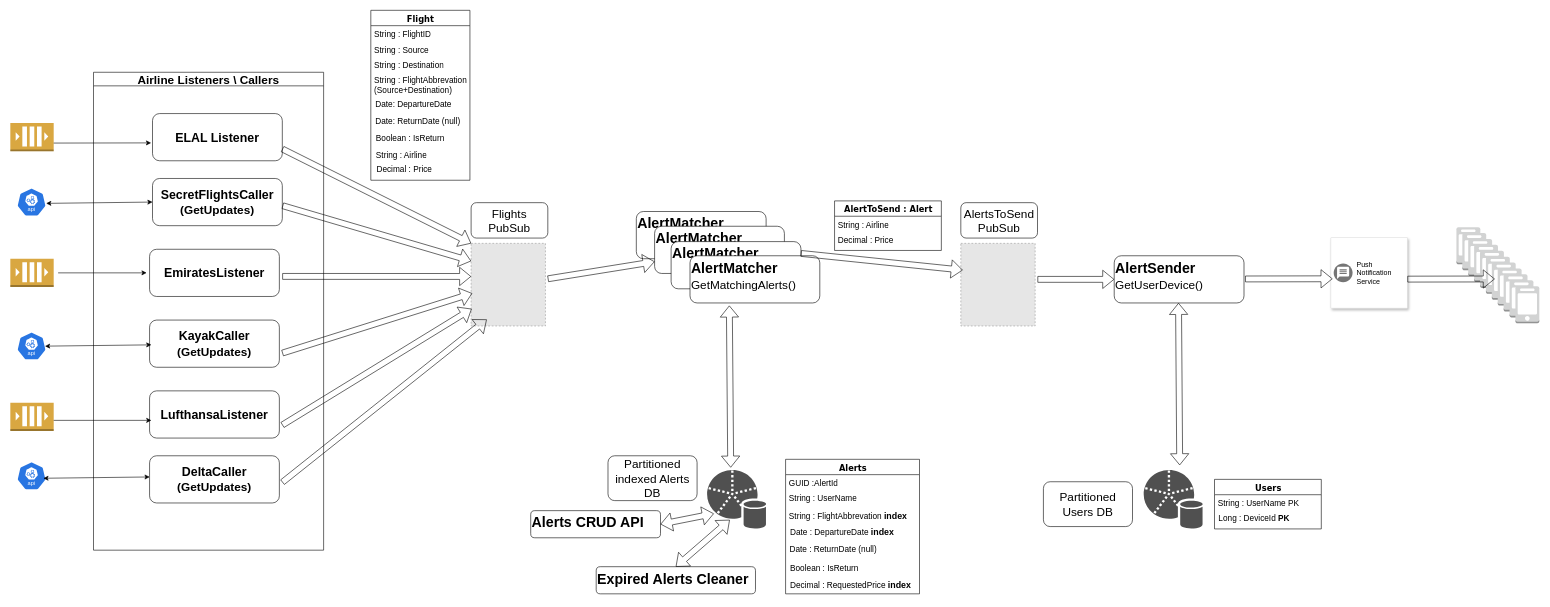
The draw.io diagram Architecture.drawio in Yairthurem/AlertsSolution, before the edit. Source tidied: cells renumbered, new cells numbered last; positions are measured from the earlier drawing's top-left corner, leaving out a move shared by most shapes. Both pictures are drawn from the tidied source at 59%, with x=0, y=0 at pixel (10, 10). Pictures stored in the file or linked from it are replaced by grey dashed boxes.
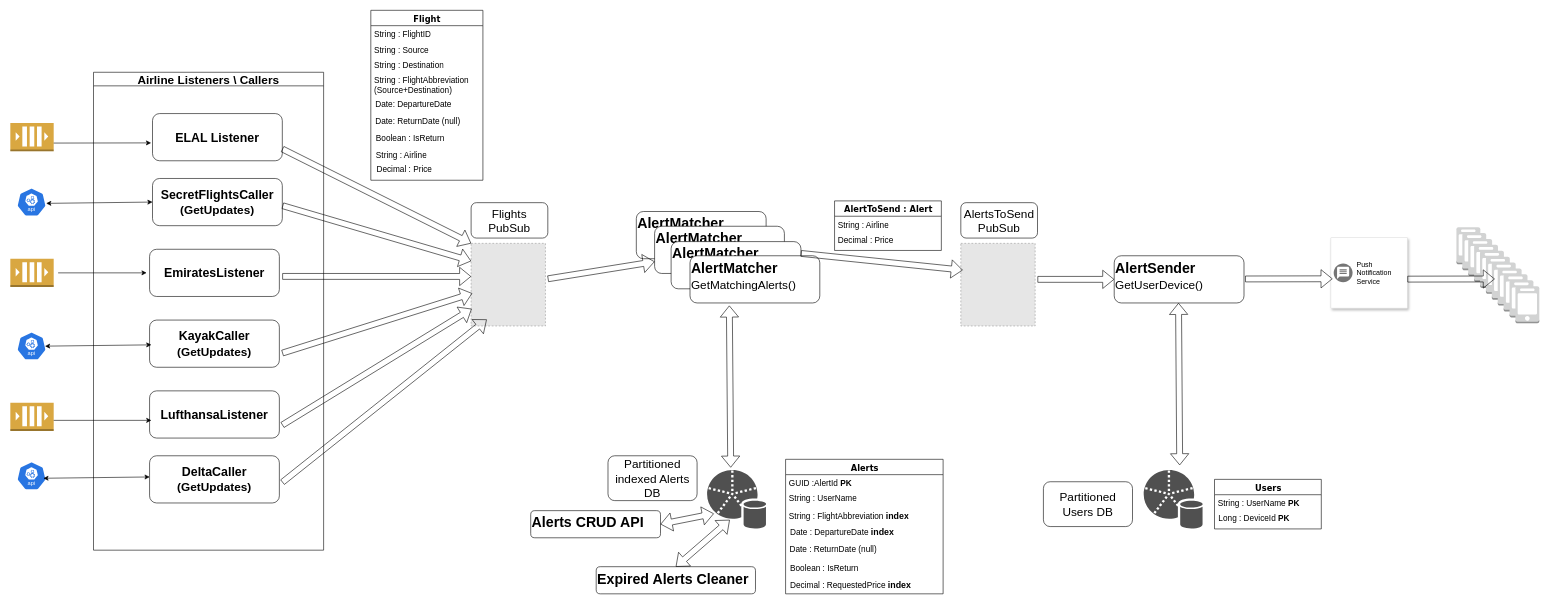
The same diagram, later.

Commit message (it also covers changes not shown here):
Update diagrams Add explanation sheet

The change refers to these unchanged cells:
```xml
<mxCell id="64" value="Users" style="swimlane;html=1;fontStyle=1;align=center;verticalAlign=top;horizontal=1;startSize=26;swimlaneFillColor=#ffffff;rounded=0;shadow=0;comic=0;labelBackgroundColor=none;strokeWidth=1;fillColor=none;fontFamily=Verdana;fontSize=14;" parent="1" vertex="1">
  <mxGeometry x="2041" y="795" width="181" height="84" as="geometry" />
</mxCell>
```

Diff of the diagram source:
```diff
@@
     <mxCell id="23" value="Flight" style="swimlane;html=1;fontStyle=1;align=center;verticalAlign=top;horizontal=1;startSize=26;swimlaneFillColor=#ffffff;rounded=0;shadow=0;comic=0;labelBackgroundColor=none;strokeWidth=1;fillColor=none;fontFamily=Verdana;fontSize=14;" parent="1" vertex="1">
-      <mxGeometry x="611" width="168" height="288" as="geometry" />
+      <mxGeometry x="611" width="190" height="288" as="geometry" />
     </mxCell>
     <mxCell id="24" value="String : FlightID" style="text;html=1;strokeColor=none;fillColor=none;align=left;verticalAlign=top;spacingLeft=4;spacingRight=4;whiteSpace=wrap;overflow=hidden;fontSize=14;" parent="23" vertex="1">
-      <mxGeometry y="26" width="168" height="26" as="geometry" />
+      <mxGeometry y="26" width="190" height="26" as="geometry" />
     </mxCell>
     <mxCell id="25" value="String : Source" style="text;html=1;strokeColor=none;fillColor=none;align=left;verticalAlign=top;spacingLeft=4;spacingRight=4;whiteSpace=wrap;overflow=hidden;fontSize=14;" parent="23" vertex="1">
-      <mxGeometry y="52" width="168" height="26" as="geometry" />
+      <mxGeometry y="52" width="190" height="26" as="geometry" />
     </mxCell>
     <mxCell id="26" value="String : Destination" style="text;html=1;strokeColor=none;fillColor=none;align=left;verticalAlign=top;spacingLeft=4;spacingRight=4;whiteSpace=wrap;overflow=hidden;fontSize=14;" parent="23" vertex="1">
-      <mxGeometry y="78" width="168" height="26" as="geometry" />
+      <mxGeometry y="78" width="190" height="26" as="geometry" />
     </mxCell>
@@
-    <mxCell id="29" value="String : FlightAbbrevation (Source+Destination)" style="text;html=1;strokeColor=none;fillColor=none;align=left;verticalAlign=top;spacingLeft=4;spacingRight=4;whiteSpace=wrap;overflow=hidden;fontSize=14;" parent="1" vertex="1">
-      <mxGeometry x="611" y="104" width="168" height="45" as="geometry" />
+    <mxCell id="29" value="String : FlightAbbreviation&amp;nbsp; (Source+Destination)" style="text;html=1;strokeColor=none;fillColor=none;align=left;verticalAlign=top;spacingLeft=4;spacingRight=4;whiteSpace=wrap;overflow=hidden;fontSize=14;" parent="1" vertex="1">
+      <mxGeometry x="611" y="104" width="190" height="45" as="geometry" />
     </mxCell>
@@
     <mxCell id="45" value="Alerts" style="swimlane;html=1;fontStyle=1;align=center;verticalAlign=top;horizontal=1;startSize=26;swimlaneFillColor=#ffffff;rounded=0;shadow=0;comic=0;labelBackgroundColor=none;strokeWidth=1;fillColor=none;fontFamily=Verdana;fontSize=14;" parent="1" vertex="1">
-      <mxGeometry x="1314" y="761" width="227" height="228" as="geometry" />
+      <mxGeometry x="1314" y="761" width="267" height="228" as="geometry" />
     </mxCell>
-    <mxCell id="46" value="GUID :AlertId" style="text;html=1;strokeColor=none;fillColor=none;align=left;verticalAlign=top;spacingLeft=4;spacingRight=4;whiteSpace=wrap;overflow=hidden;fontSize=14;" parent="45" vertex="1">
-      <mxGeometry y="26" width="227" height="26" as="geometry" />
+    <mxCell id="46" value="GUID :AlertId &lt;b&gt;PK&lt;/b&gt;" style="text;html=1;strokeColor=none;fillColor=none;align=left;verticalAlign=top;spacingLeft=4;spacingRight=4;whiteSpace=wrap;overflow=hidden;fontSize=14;" parent="45" vertex="1">
+      <mxGeometry y="26" width="267" height="26" as="geometry" />
     </mxCell>
     <mxCell id="47" value="String : UserName" style="text;html=1;strokeColor=none;fillColor=none;align=left;verticalAlign=top;spacingLeft=4;spacingRight=4;whiteSpace=wrap;overflow=hidden;fontSize=14;" parent="45" vertex="1">
-      <mxGeometry y="52" width="227" height="26" as="geometry" />
+      <mxGeometry y="52" width="267" height="26" as="geometry" />
     </mxCell>
@@
-    <mxCell id="49" value="String : FlightAbbrevation &lt;b&gt;&lt;font style=&quot;font-size: 15px;&quot;&gt;index&lt;/font&gt;&lt;/b&gt;" style="text;html=1;strokeColor=none;fillColor=none;align=left;verticalAlign=top;spacingLeft=4;spacingRight=4;whiteSpace=wrap;overflow=hidden;fontSize=14;" parent="1" vertex="1">
-      <mxGeometry x="1314" y="841" width="217" height="45" as="geometry" />
+    <mxCell id="49" value="String : FlightAbbreviation&amp;nbsp;&lt;b&gt;&lt;font style=&quot;font-size: 15px;&quot;&gt;index&lt;/font&gt;&lt;/b&gt;" style="text;html=1;strokeColor=none;fillColor=none;align=left;verticalAlign=top;spacingLeft=4;spacingRight=4;whiteSpace=wrap;overflow=hidden;fontSize=14;" parent="1" vertex="1">
+      <mxGeometry x="1314" y="841" width="247" height="45" as="geometry" />
     </mxCell>
@@
-    <mxCell id="65" value="String : UserName PK" style="text;html=1;strokeColor=none;fillColor=none;align=left;verticalAlign=top;spacingLeft=4;spacingRight=4;whiteSpace=wrap;overflow=hidden;fontSize=14;" parent="64" vertex="1">
+    <mxCell id="65" value="String : UserName &lt;b&gt;PK&lt;/b&gt;" style="text;html=1;strokeColor=none;fillColor=none;align=left;verticalAlign=top;spacingLeft=4;spacingRight=4;whiteSpace=wrap;overflow=hidden;fontSize=14;" parent="64" vertex="1">
       <mxGeometry y="26" width="181" height="26" as="geometry" />
     </mxCell>
```
